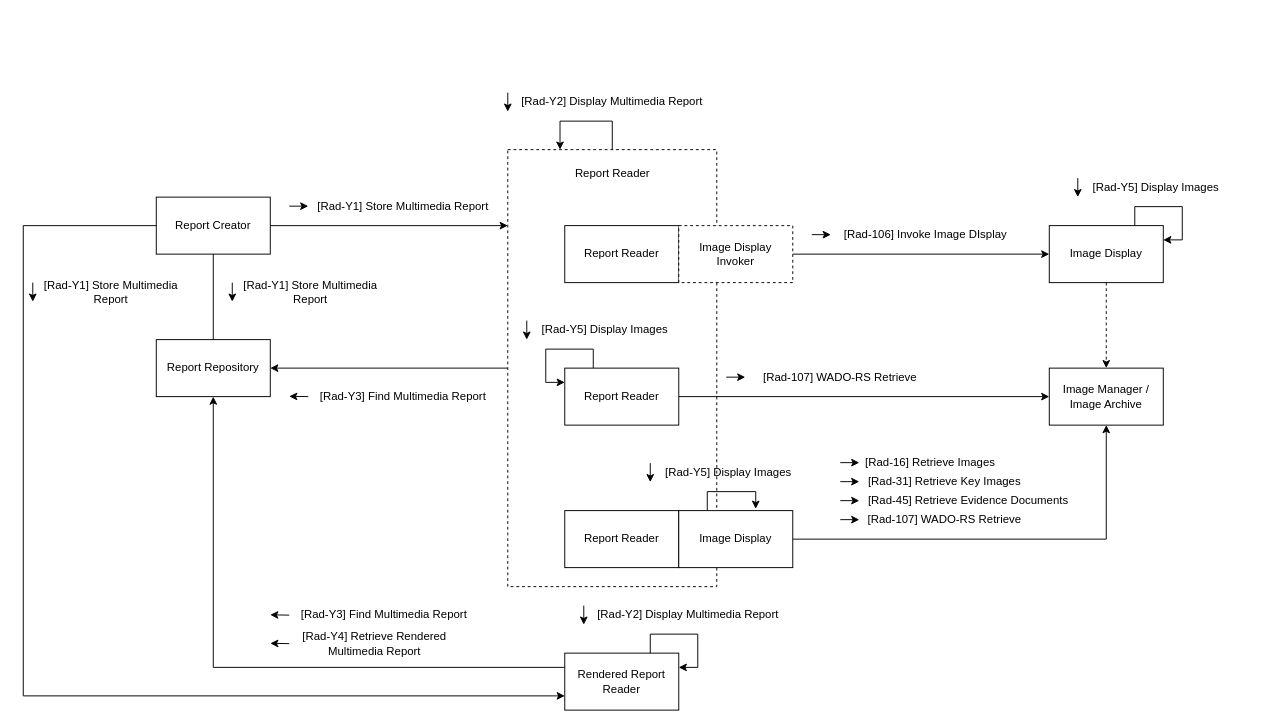
This is input/images-source/IHE_IMR_actor.drawio from IHE/RAD.IMR, a draw.io file, before an edit. Source tidied: cells renumbered, new cells numbered last; positions are measured from the earlier drawing's top-left corner, leaving out a move shared by most shapes. Both pictures are drawn from the tidied source at 95%, with x=0, y=0 at pixel (23, 16).
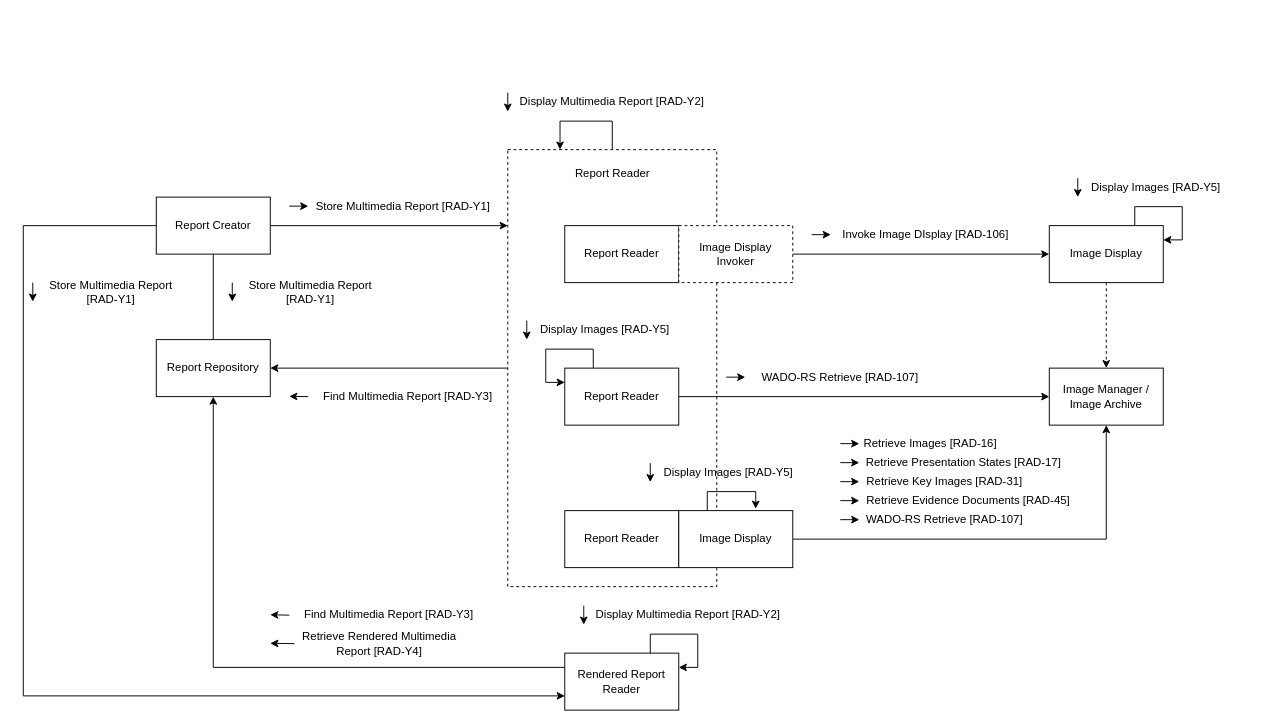
The same diagram, later.

Commit message (it also covers changes not shown here):
Fixed actor and transactions.

Unchanged cells that the change refers to:
```xml
<mxCell id="5" style="group;" parent="1" vertex="1">
  <mxGeometry x="510" y="80" width="200" height="20" as="geometry" />
</mxCell>
<mxCell id="13" style="group;" parent="1" vertex="1">
  <mxGeometry x="830" y="220" width="220" height="20" as="geometry" />
</mxCell>
<mxCell id="18" style="group;" parent="1" vertex="1">
  <mxGeometry x="740" y="370" width="220" height="20" as="geometry" />
</mxCell>
<mxCell id="24" style="group;" parent="1" vertex="1">
  <mxGeometry x="860" y="480" width="250" height="40" as="geometry" />
</mxCell>
<mxCell id="27" style="group;" parent="24" vertex="1">
  <mxGeometry y="20" width="250" height="20" as="geometry" />
</mxCell>
<mxCell id="30" style="group;" parent="1" vertex="1">
  <mxGeometry x="860" y="520" width="250" height="20" as="geometry" />
</mxCell>
<mxCell id="35" style="group;" parent="1" vertex="1">
  <mxGeometry x="170" width="340" height="460" as="geometry" />
</mxCell>
<mxCell id="40" style="group;" parent="35" vertex="1">
  <mxGeometry x="110" y="190" width="220" height="20" as="geometry" />
</mxCell>
<mxCell id="43" style="group;" parent="35" vertex="1">
  <mxGeometry x="50" y="280" width="200" height="20" as="geometry" />
</mxCell>
<mxCell id="51" style="group;" parent="1" vertex="1">
  <mxGeometry x="530" y="320" width="200" height="20" as="geometry" />
</mxCell>
<mxCell id="58" style="group;" parent="1" vertex="1">
  <mxGeometry x="10" y="280" width="200" height="20" as="geometry" />
</mxCell>
<mxCell id="69" style="group;" parent="1" vertex="1">
  <mxGeometry x="1110" y="170" width="200" height="20" as="geometry" />
</mxCell>
<mxCell id="73" style="group;" parent="1" vertex="1">
  <mxGeometry x="660" y="470" width="200" height="20" as="geometry" />
</mxCell>
<mxCell id="77" style="group;" parent="1" vertex="1">
  <mxGeometry x="590" y="620" width="200" height="20" as="geometry" />
</mxCell>
```

What changed in the source:
```diff
@@
-    <mxCell id="6" value="[Rad-Y2] Display Multimedia Report" style="text;html=1;strokeColor=none;fillColor=none;align=center;verticalAlign=middle;whiteSpace=wrap;rounded=0;" parent="5" vertex="1">
+    <mxCell id="6" value="Display Multimedia Report [RAD-Y2]" style="text;html=1;strokeColor=none;fillColor=none;align=center;verticalAlign=middle;whiteSpace=wrap;rounded=0;" parent="5" vertex="1">
       <mxGeometry x="10" width="200" height="20" as="geometry" />
     </mxCell>
@@
-    <mxCell id="14" value="[Rad-106] Invoke Image DIsplay" style="text;html=1;strokeColor=none;fillColor=none;align=center;verticalAlign=middle;whiteSpace=wrap;rounded=0;" parent="13" vertex="1">
+    <mxCell id="14" value="Invoke Image DIsplay [RAD-106]" style="text;html=1;strokeColor=none;fillColor=none;align=center;verticalAlign=middle;whiteSpace=wrap;rounded=0;" parent="13" vertex="1">
       <mxGeometry x="20" width="200" height="20" as="geometry" />
     </mxCell>
@@
-    <mxCell id="19" value="[Rad-107] WADO-RS Retrieve" style="text;html=1;strokeColor=none;fillColor=none;align=center;verticalAlign=middle;whiteSpace=wrap;rounded=0;" parent="18" vertex="1">
+    <mxCell id="19" value="WADO-RS Retrieve [RAD-107]" style="text;html=1;strokeColor=none;fillColor=none;align=center;verticalAlign=middle;whiteSpace=wrap;rounded=0;" parent="18" vertex="1">
       <mxGeometry x="20" width="200" height="20" as="geometry" />
     </mxCell>
@@
-    <mxCell id="25" value="[Rad-31] Retrieve Key Images" style="text;html=1;strokeColor=none;fillColor=none;align=center;verticalAlign=middle;whiteSpace=wrap;rounded=0;" parent="24" vertex="1">
+    <mxCell id="25" value="Retrieve Key Images [RAD-31]" style="text;html=1;strokeColor=none;fillColor=none;align=center;verticalAlign=middle;whiteSpace=wrap;rounded=0;" parent="24" vertex="1">
       <mxGeometry x="10" width="200" height="20" as="geometry" />
     </mxCell>
@@
-    <mxCell id="28" value="[Rad-45] Retrieve Evidence Documents" style="text;html=1;strokeColor=none;fillColor=none;align=center;verticalAlign=middle;whiteSpace=wrap;rounded=0;" parent="27" vertex="1">
+    <mxCell id="28" value="Retrieve Evidence Documents [RAD-45]" style="text;html=1;strokeColor=none;fillColor=none;align=center;verticalAlign=middle;whiteSpace=wrap;rounded=0;" parent="27" vertex="1">
       <mxGeometry x="20" width="230" height="20" as="geometry" />
     </mxCell>
@@
-    <mxCell id="31" value="[Rad-107] WADO-RS Retrieve" style="text;html=1;strokeColor=none;fillColor=none;align=center;verticalAlign=middle;whiteSpace=wrap;rounded=0;" parent="30" vertex="1">
+    <mxCell id="31" value="WADO-RS Retrieve [RAD-107]" style="text;html=1;strokeColor=none;fillColor=none;align=center;verticalAlign=middle;whiteSpace=wrap;rounded=0;" parent="30" vertex="1">
       <mxGeometry x="10" width="200" height="20" as="geometry" />
     </mxCell>
@@
-    <mxCell id="36" value="[Rad-Y3] Find Multimedia Report" style="text;html=1;strokeColor=none;fillColor=none;align=center;verticalAlign=middle;whiteSpace=wrap;rounded=0;" parent="35" vertex="1">
-      <mxGeometry x="140" y="390" width="180" height="20" as="geometry" />
+    <mxCell id="36" value="Find Multimedia Report [RAD-Y3]" style="text;html=1;strokeColor=none;fillColor=none;align=center;verticalAlign=middle;whiteSpace=wrap;rounded=0;" parent="35" vertex="1">
+      <mxGeometry x="140" y="390" width="190" height="20" as="geometry" />
     </mxCell>
@@
-    <mxCell id="41" value="[Rad-Y1] Store Multimedia Report" style="text;html=1;strokeColor=none;fillColor=none;align=center;verticalAlign=middle;whiteSpace=wrap;rounded=0;" parent="40" vertex="1">
+    <mxCell id="41" value="Store Multimedia Report [RAD-Y1]" style="text;html=1;strokeColor=none;fillColor=none;align=center;verticalAlign=middle;whiteSpace=wrap;rounded=0;" parent="40" vertex="1">
       <mxGeometry x="20" width="200" height="20" as="geometry" />
     </mxCell>
@@
-    <mxCell id="44" value="[Rad-Y1] Store Multimedia Report" style="text;html=1;strokeColor=none;fillColor=none;align=center;verticalAlign=middle;whiteSpace=wrap;rounded=0;" parent="43" vertex="1">
+    <mxCell id="44" value="Store Multimedia Report [RAD-Y1]" style="text;html=1;strokeColor=none;fillColor=none;align=center;verticalAlign=middle;whiteSpace=wrap;rounded=0;" parent="43" vertex="1">
       <mxGeometry x="5" width="155" height="20" as="geometry" />
     </mxCell>
@@
     <mxCell id="47" style="group;" parent="1" vertex="1">
-      <mxGeometry x="860" y="460" width="250" height="20" as="geometry" />
+      <mxGeometry x="860" y="440" width="250" height="20" as="geometry" />
     </mxCell>
-    <mxCell id="48" value="[Rad-16] Retrieve Images" style="text;html=1;strokeColor=none;fillColor=none;align=center;verticalAlign=middle;whiteSpace=wrap;rounded=0;" parent="47" vertex="1">
+    <mxCell id="48" value="Retrieve Images [RAD-16]" style="text;html=1;strokeColor=none;fillColor=none;align=center;verticalAlign=middle;whiteSpace=wrap;rounded=0;" parent="47" vertex="1">
       <mxGeometry x="10" width="170" height="20" as="geometry" />
     </mxCell>
@@
-    <mxCell id="52" value="[Rad-Y5] Display Images" style="text;html=1;strokeColor=none;fillColor=none;align=center;verticalAlign=middle;whiteSpace=wrap;rounded=0;" parent="51" vertex="1">
+    <mxCell id="52" value="Display Images [RAD-Y5]" style="text;html=1;strokeColor=none;fillColor=none;align=center;verticalAlign=middle;whiteSpace=wrap;rounded=0;" parent="51" vertex="1">
       <mxGeometry x="10" width="145" height="20" as="geometry" />
     </mxCell>
@@
-    <mxCell id="59" value="[Rad-Y1] Store Multimedia Report" style="text;html=1;strokeColor=none;fillColor=none;align=center;verticalAlign=middle;whiteSpace=wrap;rounded=0;" parent="58" vertex="1">
+    <mxCell id="59" value="Store Multimedia Report [RAD-Y1]" style="text;html=1;strokeColor=none;fillColor=none;align=center;verticalAlign=middle;whiteSpace=wrap;rounded=0;" parent="58" vertex="1">
       <mxGeometry x="5" width="155" height="20" as="geometry" />
     </mxCell>
@@
     <mxCell id="63" style="group;" parent="1" vertex="1">
-      <mxGeometry x="260" y="650" width="220" height="20" as="geometry" />
+      <mxGeometry x="260" y="650" width="280" height="20" as="geometry" />
     </mxCell>
     <mxCell id="64" style="endArrow=classic;html=1;" parent="63" edge="1">
       <mxGeometry relative="1" as="geometry">
-        <mxPoint x="20" y="10" as="sourcePoint" />
+        <mxPoint x="25.5" y="10" as="sourcePoint" />
         <mxPoint y="9.7" as="targetPoint" />
       </mxGeometry>
     </mxCell>
-    <mxCell id="65" value="[Rad-Y4] Retrieve Rendered&lt;br&gt;Multimedia Report" style="text;html=1;strokeColor=none;fillColor=none;align=center;verticalAlign=middle;whiteSpace=wrap;rounded=0;" parent="63" vertex="1">
-      <mxGeometry width="220" height="20" as="geometry" />
+    <mxCell id="65" value="Retrieve Rendered Multimedia&lt;br&gt;Report [RAD-Y4]" style="text;html=1;strokeColor=none;fillColor=none;align=center;verticalAlign=middle;whiteSpace=wrap;rounded=0;" parent="63" vertex="1">
+      <mxGeometry width="230" height="20" as="geometry" />
     </mxCell>
-    <mxCell id="66" value="[Rad-Y3] Find Multimedia Report" style="text;html=1;strokeColor=none;fillColor=none;align=center;verticalAlign=middle;whiteSpace=wrap;rounded=0;" parent="1" vertex="1">
-      <mxGeometry x="290" y="620" width="180" height="20" as="geometry" />
+    <mxCell id="66" value="Find Multimedia Report [RAD-Y3]" style="text;html=1;strokeColor=none;fillColor=none;align=center;verticalAlign=middle;whiteSpace=wrap;rounded=0;" parent="1" vertex="1">
+      <mxGeometry x="290" y="620" width="190" height="20" as="geometry" />
     </mxCell>
@@
-    <mxCell id="70" value="[Rad-Y5] Display Images" style="text;html=1;strokeColor=none;fillColor=none;align=center;verticalAlign=middle;whiteSpace=wrap;rounded=0;" parent="69" vertex="1">
+    <mxCell id="70" value="Display Images [RAD-Y5]" style="text;html=1;strokeColor=none;fillColor=none;align=center;verticalAlign=middle;whiteSpace=wrap;rounded=0;" parent="69" vertex="1">
       <mxGeometry x="10" width="145" height="20" as="geometry" />
     </mxCell>
@@
-    <mxCell id="74" value="[Rad-Y5] Display Images" style="text;html=1;strokeColor=none;fillColor=none;align=center;verticalAlign=middle;whiteSpace=wrap;rounded=0;" parent="73" vertex="1">
+    <mxCell id="74" value="Display Images [RAD-Y5]" style="text;html=1;strokeColor=none;fillColor=none;align=center;verticalAlign=middle;whiteSpace=wrap;rounded=0;" parent="73" vertex="1">
       <mxGeometry x="10" width="145" height="20" as="geometry" />
     </mxCell>
@@
-    <mxCell id="78" value="[Rad-Y2] Display Multimedia Report" style="text;html=1;strokeColor=none;fillColor=none;align=center;verticalAlign=middle;whiteSpace=wrap;rounded=0;" parent="77" vertex="1">
+    <mxCell id="78" value="Display Multimedia Report [RAD-Y2]" style="text;html=1;strokeColor=none;fillColor=none;align=center;verticalAlign=middle;whiteSpace=wrap;rounded=0;" parent="77" vertex="1">
       <mxGeometry x="10" width="200" height="20" as="geometry" />
     </mxCell>
@@
+    <mxCell id="80" style="group;" parent="1" vertex="1">
+      <mxGeometry x="860" y="460" width="250" height="20" as="geometry" />
+    </mxCell>
+    <mxCell id="81" value="Retrieve Presentation States [RAD-17]" style="text;html=1;strokeColor=none;fillColor=none;align=center;verticalAlign=middle;whiteSpace=wrap;rounded=0;" parent="80" vertex="1">
+      <mxGeometry x="10" width="240" height="20" as="geometry" />
+    </mxCell>
+    <mxCell id="82" style="endArrow=classic;html=1;" parent="80" edge="1">
+      <mxGeometry relative="1" as="geometry">
+        <mxPoint y="9.5" as="sourcePoint" />
+        <mxPoint x="20" y="9.5" as="targetPoint" />
+      </mxGeometry>
+    </mxCell>
```
